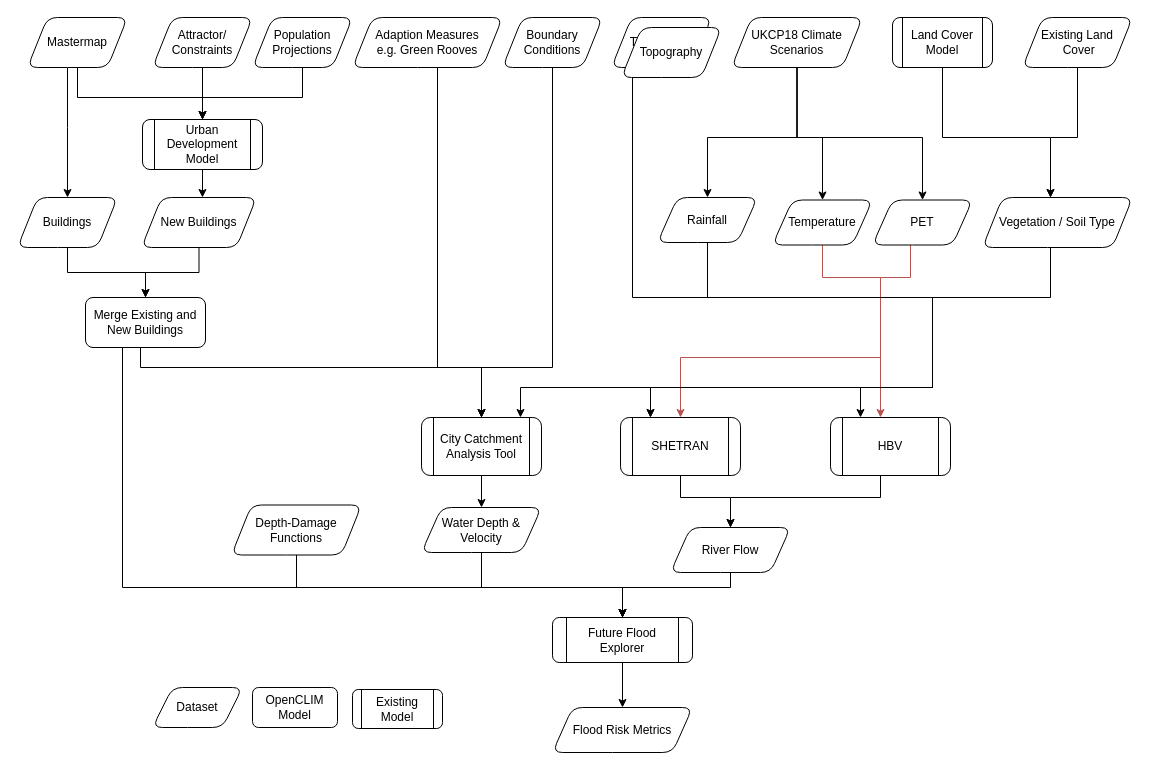
The draw.io diagram flood/openclim-flood-workflow.drawio in OpenCLIM/workflow-diagrams, before the edit. Source tidied: cells renumbered, new cells numbered last; positions are measured from the earlier drawing's top-left corner, leaving out a move shared by most shapes. Both pictures are drawn from the tidied source at 100%, with x=0, y=0 at pixel (17, 17).
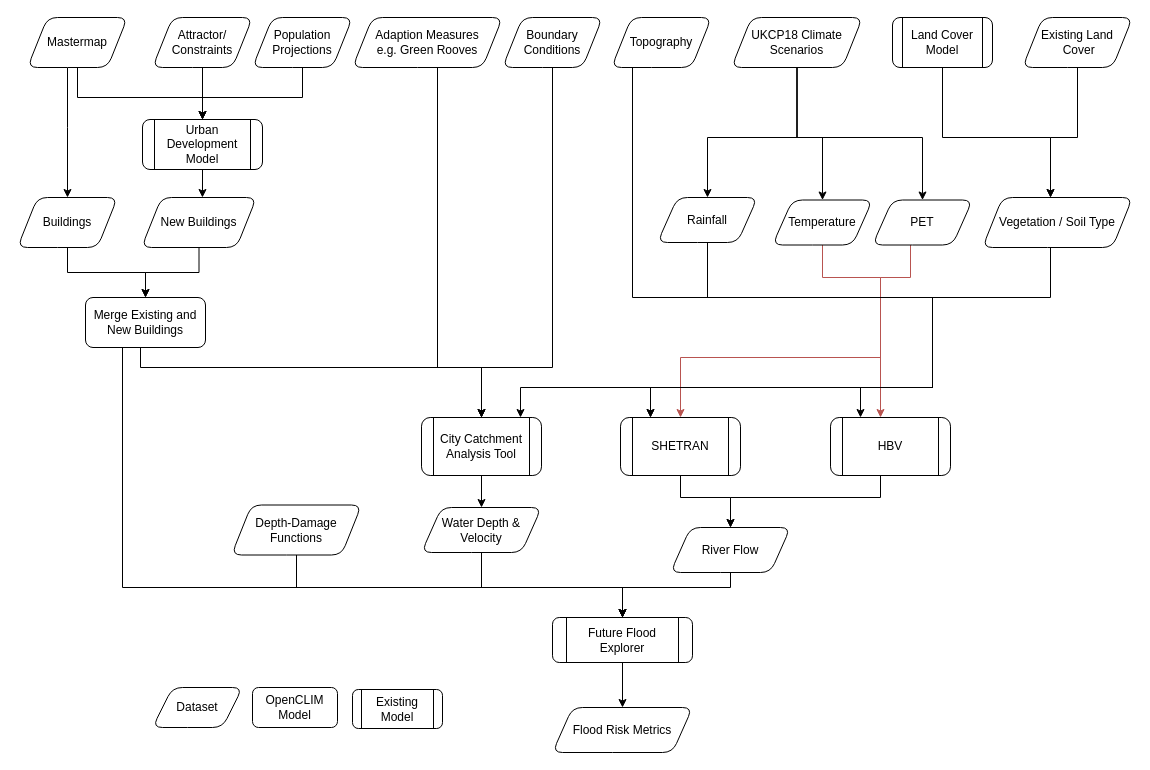
After the change.

The edit, as a diff of the source:
```diff
@@
-    <mxCell id="59" value="Topography" style="shape=parallelogram;perimeter=parallelogramPerimeter;whiteSpace=wrap;html=1;fixedSize=1;rounded=1;" parent="1" vertex="1">
-      <mxGeometry x="604" y="10" width="100" height="50" as="geometry" />
-    </mxCell>
```
